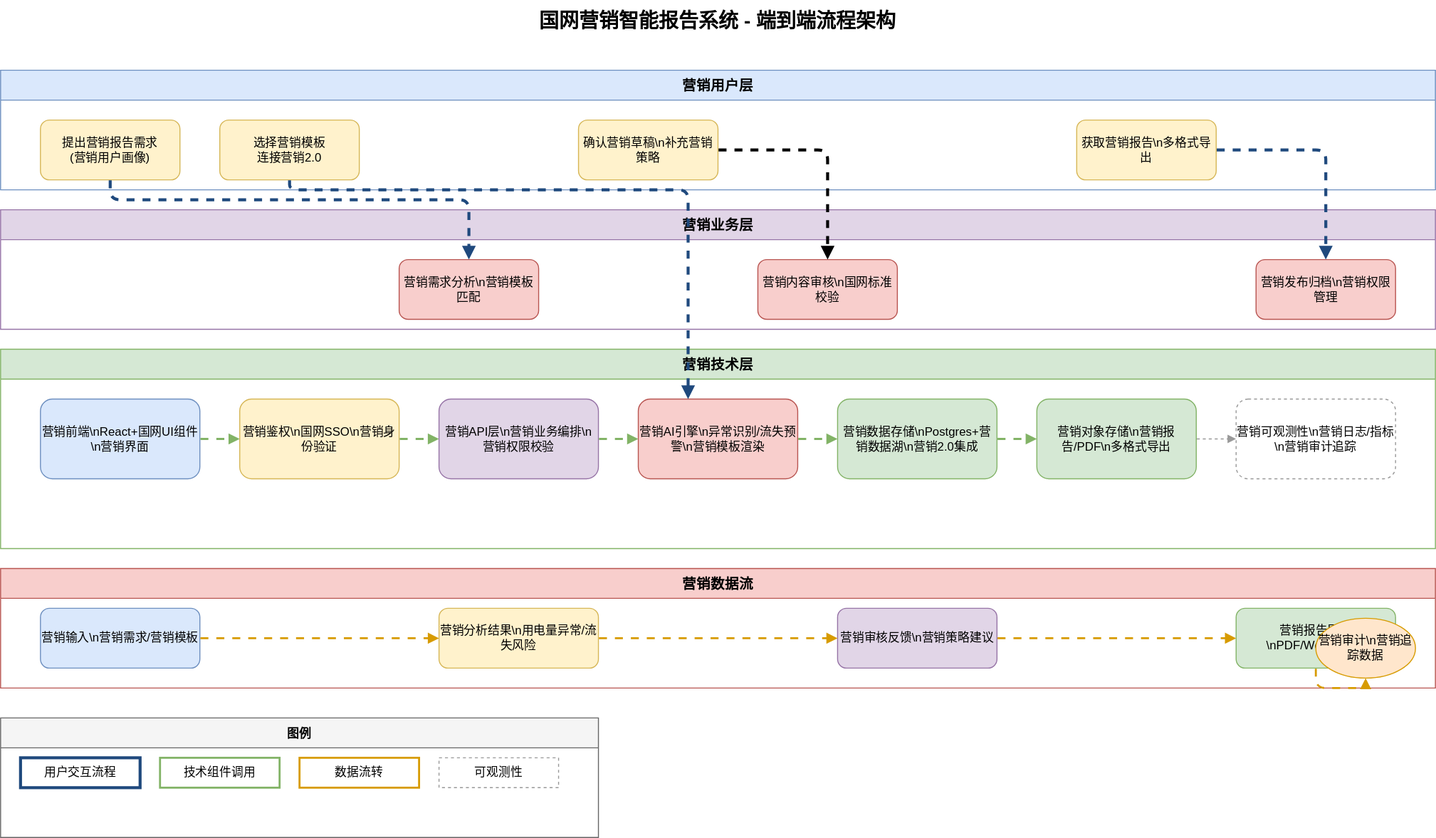
xiqing21/smart-report keeps this draw.io diagram as reporting/综合流程架构图.drawio.svg. Above is the earlier version. Source tidied: cells renumbered, new cells last; positions are measured from the earlier drawing's top-left corner, leaving out a move shared by most shapes.
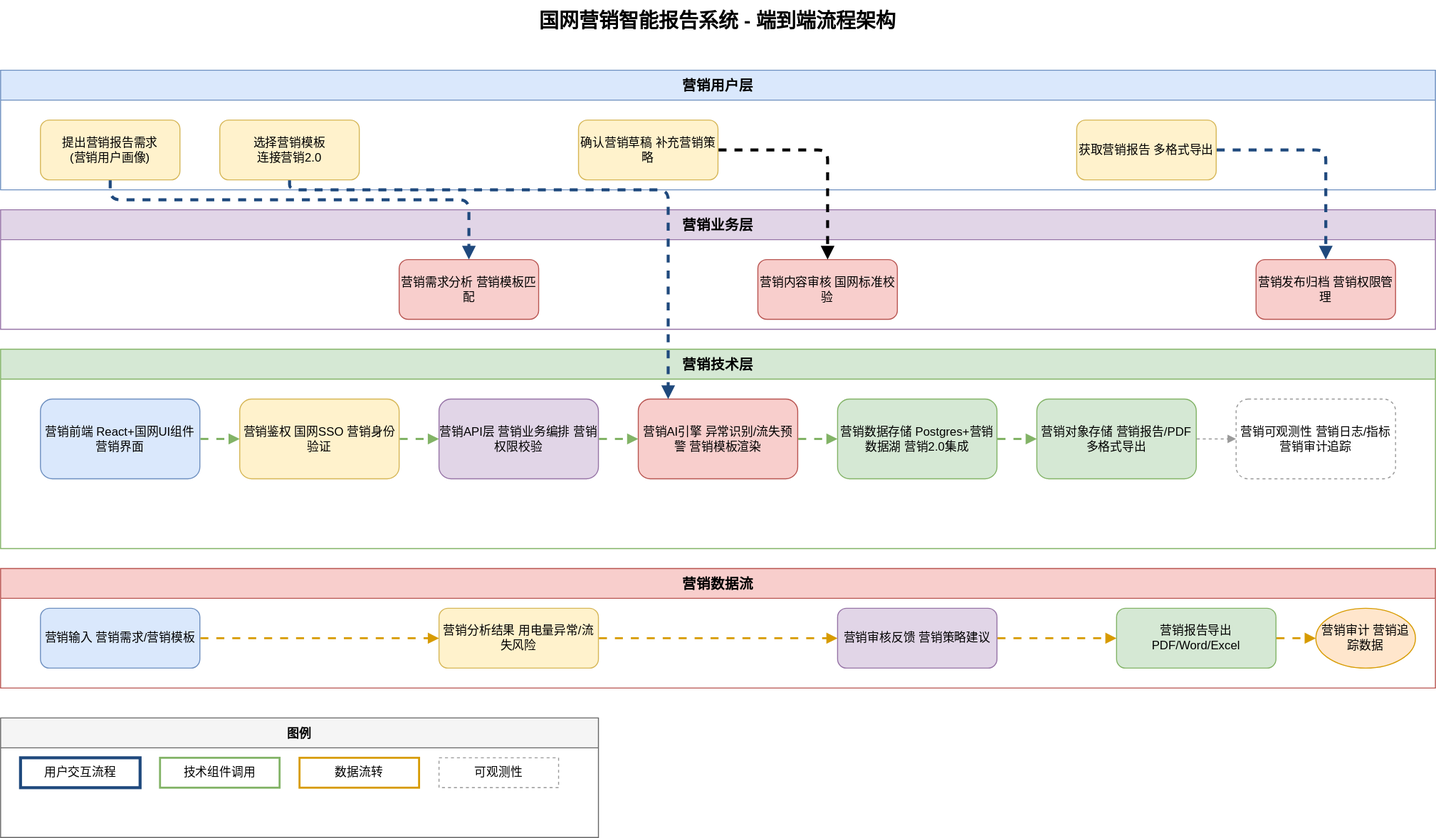
After the commit.

The edit, as a diff of the source:
```diff
@@ -14,66 +14,69 @@
     <mxCell id="5" value="选择营销模板&lt;br&gt;连接营销2.0" style="rounded=1;whiteSpace=wrap;html=1;fillColor=#fff2cc;strokeColor=#d6b656;" parent="3" vertex="1">
       <mxGeometry x="220" y="50" width="140" height="60" as="geometry" />
     </mxCell>
-    <mxCell id="6" value="确认营销草稿\n补充营销策略" style="rounded=1;whiteSpace=wrap;html=1;fillColor=#fff2cc;strokeColor=#d6b656;" parent="3" vertex="1">
+    <mxCell id="6" value="确认营销草稿    补充营销策略" style="rounded=1;whiteSpace=wrap;html=1;fillColor=#fff2cc;strokeColor=#d6b656;" parent="3" vertex="1">
       <mxGeometry x="580" y="50" width="140" height="60" as="geometry" />
     </mxCell>
-    <mxCell id="7" value="获取营销报告\n多格式导出" style="rounded=1;whiteSpace=wrap;html=1;fillColor=#fff2cc;strokeColor=#d6b656;" parent="3" vertex="1">
+    <mxCell id="7" value="获取营销报告    多格式导出" style="rounded=1;whiteSpace=wrap;html=1;fillColor=#fff2cc;strokeColor=#d6b656;" parent="3" vertex="1">
       <mxGeometry x="1080" y="50" width="140" height="60" as="geometry" />
     </mxCell>
     <mxCell id="8" value="营销业务层" style="swimlane;fontStyle=1;horizontal=1;startSize=30;fillColor=#e1d5e7;strokeColor=#9673a6;fontSize=14;" parent="1" vertex="1">
       <mxGeometry y="210" width="1440" height="120" as="geometry" />
     </mxCell>
-    <mxCell id="9" value="营销需求分析\n营销模板匹配" style="rounded=1;whiteSpace=wrap;html=1;fillColor=#f8cecc;strokeColor=#b85450;" parent="8" vertex="1">
+    <mxCell id="9" value="营销需求分析    营销模板匹配" style="rounded=1;whiteSpace=wrap;html=1;fillColor=#f8cecc;strokeColor=#b85450;" parent="8" vertex="1">
       <mxGeometry x="400" y="50" width="140" height="60" as="geometry" />
     </mxCell>
-    <mxCell id="10" value="营销内容审核\n国网标准校验" style="rounded=1;whiteSpace=wrap;html=1;fillColor=#f8cecc;strokeColor=#b85450;" parent="8" vertex="1">
+    <mxCell id="10" value="营销内容审核    国网标准校验" style="rounded=1;whiteSpace=wrap;html=1;fillColor=#f8cecc;strokeColor=#b85450;" parent="8" vertex="1">
       <mxGeometry x="760" y="50" width="140" height="60" as="geometry" />
     </mxCell>
-    <mxCell id="11" value="营销发布归档\n营销权限管理" style="rounded=1;whiteSpace=wrap;html=1;fillColor=#f8cecc;strokeColor=#b85450;" parent="8" vertex="1">
+    <mxCell id="11" value="营销发布归档    营销权限管理" style="rounded=1;whiteSpace=wrap;html=1;fillColor=#f8cecc;strokeColor=#b85450;" parent="8" vertex="1">
       <mxGeometry x="1260" y="50" width="140" height="60" as="geometry" />
     </mxCell>
     <mxCell id="12" value="营销技术层" style="swimlane;fontStyle=1;horizontal=1;startSize=30;fillColor=#d5e8d4;strokeColor=#82b366;fontSize=14;" parent="1" vertex="1">
       <mxGeometry y="350" width="1440" height="200" as="geometry" />
     </mxCell>
-    <mxCell id="13" value="营销前端\nReact+国网UI组件\n营销界面" style="rounded=1;whiteSpace=wrap;html=1;fillColor=#dae8fc;strokeColor=#6c8ebf;" parent="12" vertex="1">
+    <mxCell id="13" value="营销前端    React+国网UI组件    营销界面" style="rounded=1;whiteSpace=wrap;html=1;fillColor=#dae8fc;strokeColor=#6c8ebf;" parent="12" vertex="1">
       <mxGeometry x="40" y="50" width="160" height="80" as="geometry" />
     </mxCell>
-    <mxCell id="14" value="营销鉴权\n国网SSO\n营销身份验证" style="rounded=1;whiteSpace=wrap;html=1;fillColor=#fff2cc;strokeColor=#d6b656;" parent="12" vertex="1">
+    <mxCell id="14" value="营销鉴权    国网SSO    营销身份验证" style="rounded=1;whiteSpace=wrap;html=1;fillColor=#fff2cc;strokeColor=#d6b656;" parent="12" vertex="1">
       <mxGeometry x="240" y="50" width="160" height="80" as="geometry" />
     </mxCell>
-    <mxCell id="15" value="营销API层\n营销业务编排\n营销权限校验" style="rounded=1;whiteSpace=wrap;html=1;fillColor=#e1d5e7;strokeColor=#9673a6;" parent="12" vertex="1">
+    <mxCell id="15" value="营销API层    营销业务编排    营销权限校验" style="rounded=1;whiteSpace=wrap;html=1;fillColor=#e1d5e7;strokeColor=#9673a6;" parent="12" vertex="1">
       <mxGeometry x="440" y="50" width="160" height="80" as="geometry" />
     </mxCell>
-    <mxCell id="16" value="营销AI引擎\n异常识别/流失预警\n营销模板渲染" style="rounded=1;whiteSpace=wrap;html=1;fillColor=#f8cecc;strokeColor=#b85450;" parent="12" vertex="1">
+    <mxCell id="16" value="营销AI引擎    异常识别/流失预警    营销模板渲染" style="rounded=1;whiteSpace=wrap;html=1;fillColor=#f8cecc;strokeColor=#b85450;" parent="12" vertex="1">
       <mxGeometry x="640" y="50" width="160" height="80" as="geometry" />
     </mxCell>
-    <mxCell id="17" value="营销数据存储\nPostgres+营销数据湖\n营销2.0集成" style="rounded=1;whiteSpace=wrap;html=1;fillColor=#d5e8d4;strokeColor=#82b366;" parent="12" vertex="1">
+    <mxCell id="17" value="营销数据存储    Postgres+营销数据湖    营销2.0集成" style="rounded=1;whiteSpace=wrap;html=1;fillColor=#d5e8d4;strokeColor=#82b366;" parent="12" vertex="1">
       <mxGeometry x="840" y="50" width="160" height="80" as="geometry" />
     </mxCell>
-    <mxCell id="18" value="营销对象存储\n营销报告/PDF\n多格式导出" style="rounded=1;whiteSpace=wrap;html=1;fillColor=#d5e8d4;strokeColor=#82b366;" parent="12" vertex="1">
+    <mxCell id="18" value="营销对象存储    营销报告/PDF    多格式导出" style="rounded=1;whiteSpace=wrap;html=1;fillColor=#d5e8d4;strokeColor=#82b366;" parent="12" vertex="1">
       <mxGeometry x="1040" y="50" width="160" height="80" as="geometry" />
     </mxCell>
-    <mxCell id="19" value="营销可观测性\n营销日志/指标\n营销审计追踪" style="rounded=1;whiteSpace=wrap;html=1;fillColor=#ffffff;strokeColor=#999999;dashed=1;" parent="12" vertex="1">
+    <mxCell id="19" value="营销可观测性    营销日志/指标    营销审计追踪" style="rounded=1;whiteSpace=wrap;html=1;fillColor=#ffffff;strokeColor=#999999;dashed=1;" parent="12" vertex="1">
       <mxGeometry x="1240" y="50" width="160" height="80" as="geometry" />
     </mxCell>
     <mxCell id="20" value="营销数据流" style="swimlane;fontStyle=1;horizontal=1;startSize=30;fillColor=#f8cecc;strokeColor=#b85450;fontSize=14;" parent="1" vertex="1">
       <mxGeometry y="570" width="1440" height="120" as="geometry" />
     </mxCell>
-    <mxCell id="21" value="营销输入\n营销需求/营销模板" style="rounded=1;whiteSpace=wrap;html=1;fillColor=#dae8fc;strokeColor=#6c8ebf;" parent="20" vertex="1">
+    <mxCell id="21" value="营销输入    营销需求/营销模板" style="rounded=1;whiteSpace=wrap;html=1;fillColor=#dae8fc;strokeColor=#6c8ebf;" parent="20" vertex="1">
       <mxGeometry x="40" y="40" width="160" height="60" as="geometry" />
     </mxCell>
-    <mxCell id="22" value="营销分析结果\n用电量异常/流失风险" style="rounded=1;whiteSpace=wrap;html=1;fillColor=#fff2cc;strokeColor=#d6b656;" parent="20" vertex="1">
+    <mxCell id="22" value="营销分析结果    用电量异常/流失风险" style="rounded=1;whiteSpace=wrap;html=1;fillColor=#fff2cc;strokeColor=#d6b656;" parent="20" vertex="1">
       <mxGeometry x="440" y="40" width="160" height="60" as="geometry" />
     </mxCell>
-    <mxCell id="23" value="营销审核反馈\n营销策略建议" style="rounded=1;whiteSpace=wrap;html=1;fillColor=#e1d5e7;strokeColor=#9673a6;" parent="20" vertex="1">
+    <mxCell id="23" value="营销审核反馈    营销策略建议" style="rounded=1;whiteSpace=wrap;html=1;fillColor=#e1d5e7;strokeColor=#9673a6;" parent="20" vertex="1">
       <mxGeometry x="840" y="40" width="160" height="60" as="geometry" />
     </mxCell>
-    <mxCell id="24" value="营销报告导出\nPDF/Word/Excel" style="rounded=1;whiteSpace=wrap;html=1;fillColor=#d5e8d4;strokeColor=#82b366;" parent="20" vertex="1">
-      <mxGeometry x="1240" y="40" width="160" height="60" as="geometry" />
+    <mxCell id="24" value="营销报告导出    PDF/Word/Excel" style="rounded=1;whiteSpace=wrap;html=1;fillColor=#d5e8d4;strokeColor=#82b366;" parent="20" vertex="1">
+      <mxGeometry x="1120" y="40" width="160" height="60" as="geometry" />
     </mxCell>
-    <mxCell id="25" value="营销审计\n营销追踪数据" style="ellipse;whiteSpace=wrap;html=1;fillColor=#ffe6cc;strokeColor=#d79b00;" parent="20" vertex="1">
-      <mxGeometry x="1320" y="50" width="100" height="60" as="geometry" />
+    <mxCell id="25" value="营销审计    营销追踪数据" style="ellipse;whiteSpace=wrap;html=1;fillColor=#ffe6cc;strokeColor=#d79b00;" parent="20" vertex="1">
+      <mxGeometry x="1320" y="40" width="100" height="60" as="geometry" />
     </mxCell>
+    <mxCell id="39" style="edgeStyle=orthogonalEdgeStyle;jettySize=auto;html=1;strokeWidth=2;strokeColor=#d79b00;endArrow=block;flowAnimation=1;rounded=1;shadow=0;" parent="20" edge="1" source="24" target="25">
+      <mxGeometry relative="1" as="geometry" />
+    </mxCell>
     <mxCell id="26" style="edgeStyle=orthogonalEdgeStyle;jettySize=auto;html=1;strokeWidth=3;strokeColor=#1f497d;endArrow=block;flowAnimation=1;rounded=1;shadow=0;" parent="1" edge="1" source="4" target="9">
       <mxGeometry relative="1" as="geometry">
         <Array as="points">
@@ -86,7 +89,7 @@
       <mxGeometry relative="1" as="geometry">
         <Array as="points">
           <mxPoint x="290" y="190" />
-          <mxPoint x="690" y="190" />
+          <mxPoint x="670" y="190" />
         </Array>
       </mxGeometry>
     </mxCell>
@@ -123,9 +126,6 @@
     <mxCell id="38" style="edgeStyle=orthogonalEdgeStyle;jettySize=auto;html=1;strokeWidth=2;strokeColor=#d79b00;endArrow=block;flowAnimation=1;rounded=1;shadow=0;" parent="1" edge="1" source="23" target="24">
       <mxGeometry relative="1" as="geometry" />
     </mxCell>
-    <mxCell id="39" style="edgeStyle=orthogonalEdgeStyle;jettySize=auto;html=1;strokeWidth=2;strokeColor=#d79b00;endArrow=block;flowAnimation=1;rounded=1;shadow=0;" parent="1" edge="1" source="24" target="25">
-      <mxGeometry relative="1" as="geometry" />
-    </mxCell>
     <mxCell id="40" value="图例" style="swimlane;fontStyle=1;horizontal=1;startSize=30;fillColor=#f5f5f5;strokeColor=#666666;fontSize=12;" parent="1" vertex="1">
       <mxGeometry y="720" width="600" height="120" as="geometry" />
     </mxCell>
```
